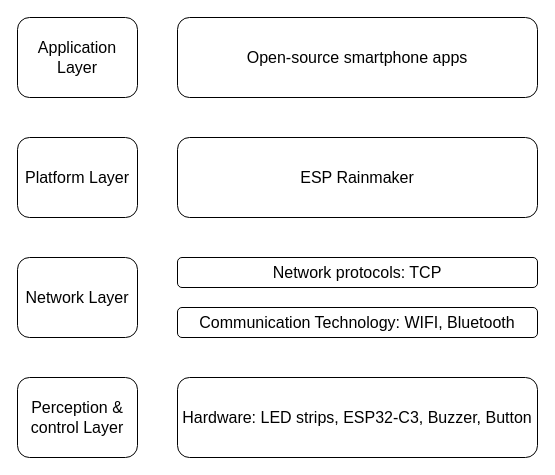
This is page "Page-3" (3 of 3) of PBL5.drawio from 106210049/CK_RTOS, a draw.io file, before an edit. Source tidied: cells renumbered, new cells numbered last; positions are measured from the earlier drawing's top-left corner, leaving out a move shared by most shapes. Both pictures are drawn from the tidied source at 100%, with x=0, y=0 at pixel (17, 17).
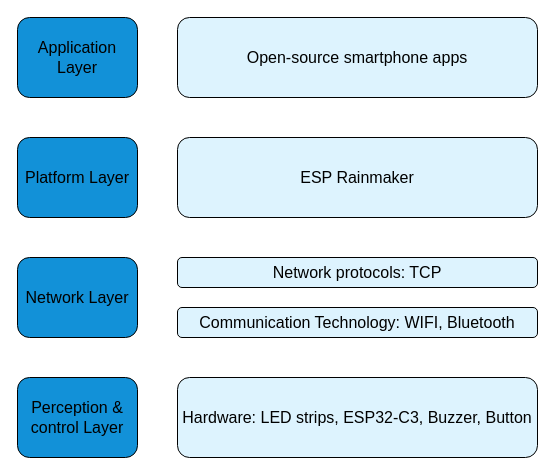
The same diagram, later.

The edit, as a diff of the source:
```diff
@@
 <mxGraphModel>
   <root>
     <mxCell id="0" />
     <mxCell id="1" parent="0" />
-    <mxCell id="2" value="Application Layer" style="rounded=1;whiteSpace=wrap;html=1;fontSize=16;" parent="1" vertex="1">
+    <mxCell id="2" value="Application Layer" style="rounded=1;whiteSpace=wrap;html=1;fontSize=16;fillColor=#1291D8;" parent="1" vertex="1">
       <mxGeometry width="120" height="80" as="geometry" />
     </mxCell>
-    <mxCell id="3" value="Platform Layer" style="rounded=1;whiteSpace=wrap;html=1;fontSize=16;" parent="1" vertex="1">
+    <mxCell id="3" value="Platform Layer" style="rounded=1;whiteSpace=wrap;html=1;fontSize=16;fillColor=#1291D8;" parent="1" vertex="1">
       <mxGeometry y="120" width="120" height="80" as="geometry" />
     </mxCell>
-    <mxCell id="4" value="Network Layer" style="rounded=1;whiteSpace=wrap;html=1;fontSize=16;" parent="1" vertex="1">
+    <mxCell id="4" value="Network Layer" style="rounded=1;whiteSpace=wrap;html=1;fontSize=16;fillColor=#1291D8;" parent="1" vertex="1">
       <mxGeometry y="240" width="120" height="80" as="geometry" />
     </mxCell>
-    <mxCell id="5" value="Perception &amp;amp; control Layer" style="rounded=1;whiteSpace=wrap;html=1;fontSize=16;" parent="1" vertex="1">
+    <mxCell id="5" value="Perception &amp;amp; control Layer" style="rounded=1;whiteSpace=wrap;html=1;fontSize=16;fillColor=#1291D8;" parent="1" vertex="1">
       <mxGeometry y="360" width="120" height="80" as="geometry" />
     </mxCell>
-    <mxCell id="6" value="Open-source smartphone apps" style="rounded=1;whiteSpace=wrap;html=1;fontSize=16;" parent="1" vertex="1">
+    <mxCell id="6" value="Open-source smartphone apps" style="rounded=1;whiteSpace=wrap;html=1;fontSize=16;fillColor=#DDF3FE;strokeColor=light-dark(#000000,#54A9CE);" parent="1" vertex="1">
       <mxGeometry x="160" width="360" height="80" as="geometry" />
     </mxCell>
-    <mxCell id="7" value="ESP Rainmaker" style="rounded=1;whiteSpace=wrap;html=1;fontSize=16;" parent="1" vertex="1">
+    <mxCell id="7" value="ESP Rainmaker" style="rounded=1;whiteSpace=wrap;html=1;fontSize=16;fillColor=#DDF3FE;strokeColor=light-dark(#000000,#54A9CE);" parent="1" vertex="1">
       <mxGeometry x="160" y="120" width="360" height="80" as="geometry" />
     </mxCell>
-    <mxCell id="8" value="Network protocols: TCP" style="rounded=1;whiteSpace=wrap;html=1;fontSize=16;" parent="1" vertex="1">
+    <mxCell id="8" value="Network protocols: TCP" style="rounded=1;whiteSpace=wrap;html=1;fontSize=16;fillColor=#DDF3FE;strokeColor=light-dark(#000000,#54A9CE);" parent="1" vertex="1">
       <mxGeometry x="160" y="240" width="360" height="30" as="geometry" />
     </mxCell>
-    <mxCell id="9" value="Communication Technology: WIFI, Bluetooth" style="rounded=1;whiteSpace=wrap;html=1;fontSize=16;" parent="1" vertex="1">
+    <mxCell id="9" value="Communication Technology: WIFI, Bluetooth" style="rounded=1;whiteSpace=wrap;html=1;fontSize=16;fillColor=#DDF3FE;strokeColor=light-dark(#000000,#54A9CE);" parent="1" vertex="1">
       <mxGeometry x="160" y="290" width="360" height="30" as="geometry" />
     </mxCell>
-    <mxCell id="10" value="Hardware: LED strips, ESP32-C3, Buzzer, Button" style="rounded=1;whiteSpace=wrap;html=1;fontSize=16;" parent="1" vertex="1">
+    <mxCell id="10" value="Hardware: LED strips, ESP32-C3, Buzzer, Button" style="rounded=1;whiteSpace=wrap;html=1;fontSize=16;fillColor=#DDF3FE;strokeColor=light-dark(#000000,#54A9CE);" parent="1" vertex="1">
       <mxGeometry x="160" y="360" width="360" height="80" as="geometry" />
     </mxCell>
   </root>
 </mxGraphModel>
```
